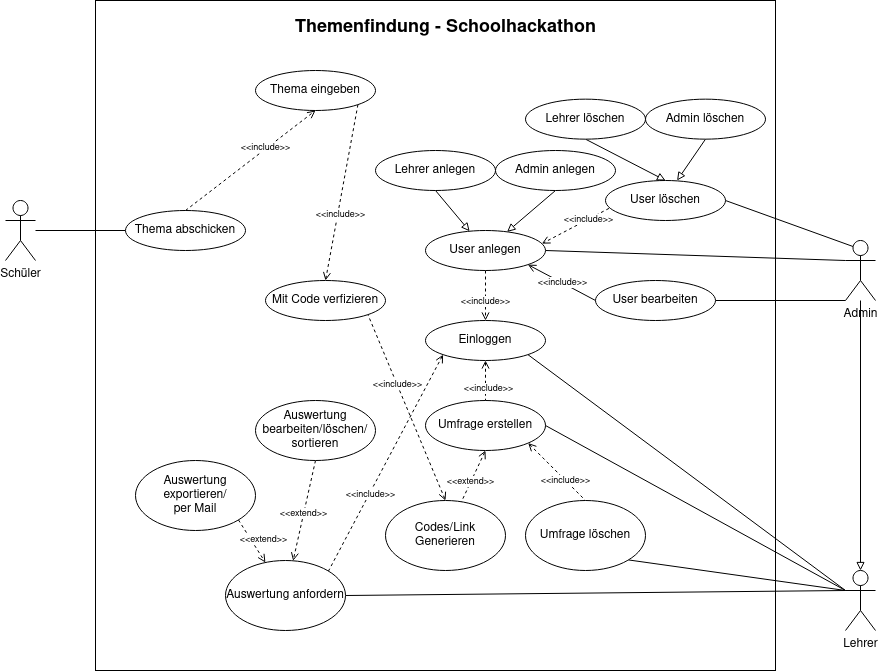
AllCatchingEye/School-Hackathon keeps this draw.io diagram as Sprint-0/Use-Case-Diagram/Use-Case-Diagram.png. Above is the earlier version. Source tidied: cells renumbered, new cells last; positions are measured from the earlier drawing's top-left corner, leaving out a move shared by most shapes.
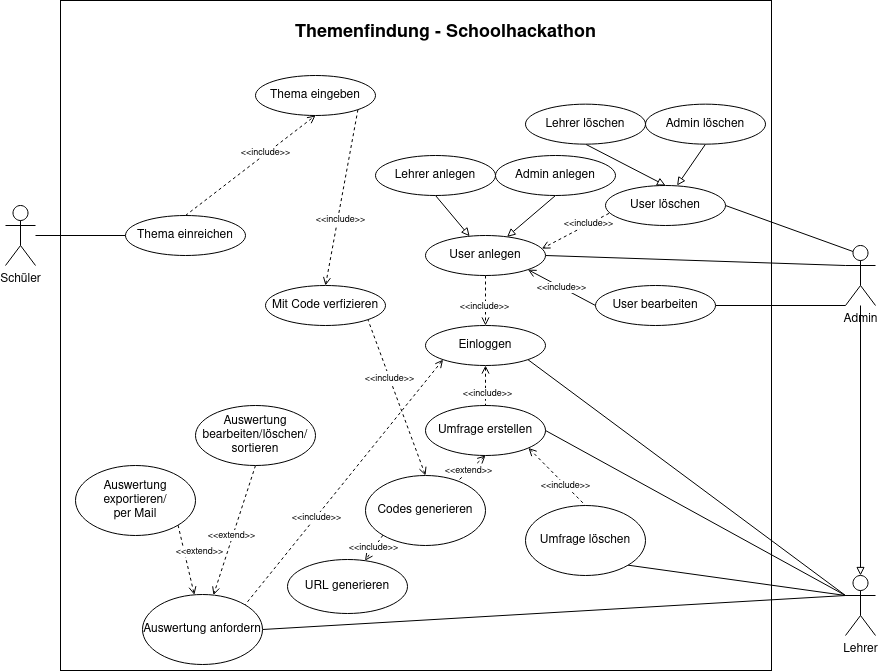
Later version of the same file.

Commit message:
Changed use case diagram

The edit, as a diff of the source:
```diff
@@ -3,7 +3,7 @@
     <mxCell id="0" />
     <mxCell id="1" parent="0" />
     <mxCell id="2" style="rounded=0;whiteSpace=wrap;html=1;" parent="1" vertex="1">
-      <mxGeometry x="90" width="680" height="670" as="geometry" />
+      <mxGeometry x="55" y="-5" width="711" height="670" as="geometry" />
     </mxCell>
     <mxCell id="3" style="edgeStyle=none;rounded=0;jettySize=auto;html=1;exitX=0.5;exitY=1;exitDx=0;exitDy=0;dashed=1;fontSize=9;startArrow=none;startFill=0;endArrow=open;endFill=0;" parent="1" edge="1" source="5" target="30">
       <mxGeometry relative="1" as="geometry" />
@@ -14,7 +14,7 @@
       </mxGeometry>
     </mxCell>
     <mxCell id="5" value="&lt;div&gt;Auswertung bearbeiten/löschen/&lt;/div&gt;&lt;div&gt;sortieren&lt;br&gt;&lt;/div&gt;" style="ellipse;whiteSpace=wrap;html=1;" parent="1" vertex="1">
-      <mxGeometry x="250" y="400" width="120" height="60" as="geometry" />
+      <mxGeometry x="190" y="400" width="120" height="60" as="geometry" />
     </mxCell>
     <mxCell id="6" style="edgeStyle=none;rounded=0;jettySize=auto;html=1;exitX=0.5;exitY=1;exitDx=0;exitDy=0;dashed=1;fontSize=9;startArrow=open;startFill=0;endArrow=none;endFill=0;" parent="1" edge="1" source="10" target="29">
       <mxGeometry relative="1" as="geometry" />
@@ -87,11 +87,14 @@
     <mxCell id="28" value="&lt;font style=&quot;font-size: 9px&quot;&gt;&amp;lt;&amp;lt;include&amp;gt;&amp;gt;&lt;/font&gt;" style="edgeLabel;html=1;align=center;verticalAlign=middle;" parent="27" vertex="1">
       <mxGeometry x="0.26" relative="1" as="geometry" />
     </mxCell>
+    <mxCell id="60" value="&amp;lt;&amp;lt;include&amp;gt;&amp;gt;" style="edgeStyle=none;rounded=0;jettySize=auto;html=1;exitX=0;exitY=1;exitDx=0;exitDy=0;fontSize=9;startArrow=none;startFill=0;endArrow=open;endFill=0;dashed=1;" parent="1" edge="1" source="29" target="61">
+      <mxGeometry relative="1" as="geometry" />
+    </mxCell>
-    <mxCell id="29" value="Codes/Link Generieren" style="ellipse;whiteSpace=wrap;html=1;" parent="1" vertex="1">
-      <mxGeometry x="380" y="500" width="120" height="70" as="geometry" />
+    <mxCell id="29" value="Codes generieren" style="ellipse;whiteSpace=wrap;html=1;" parent="1" vertex="1">
+      <mxGeometry x="360" y="470" width="120" height="70" as="geometry" />
     </mxCell>
     <mxCell id="30" value="Auswertung anfordern" style="ellipse;whiteSpace=wrap;html=1;" parent="1" vertex="1">
-      <mxGeometry x="220" y="560" width="120" height="70" as="geometry" />
+      <mxGeometry x="137" y="589" width="120" height="70" as="geometry" />
     </mxCell>
     <mxCell id="31" style="edgeStyle=none;rounded=0;jettySize=auto;html=1;exitX=1;exitY=1;exitDx=0;exitDy=0;dashed=1;fontSize=9;startArrow=none;startFill=0;endArrow=open;endFill=0;" parent="1" edge="1" source="33" target="30">
       <mxGeometry relative="1" as="geometry" />
@@ -102,7 +105,7 @@
       </mxGeometry>
     </mxCell>
     <mxCell id="33" value="&lt;div&gt;Auswertung exportieren/&lt;/div&gt;&lt;div&gt;per Mail &lt;br&gt;&lt;/div&gt;" style="ellipse;whiteSpace=wrap;html=1;" parent="1" vertex="1">
-      <mxGeometry x="130" y="460" width="120" height="70" as="geometry" />
+      <mxGeometry x="70" y="460" width="120" height="70" as="geometry" />
     </mxCell>
     <mxCell id="34" value="Umfrage löschen" style="ellipse;whiteSpace=wrap;html=1;" parent="1" vertex="1">
       <mxGeometry x="520" y="500" width="120" height="70" as="geometry" />
@@ -150,7 +153,7 @@
     <mxCell id="47" style="edgeStyle=none;rounded=0;jettySize=auto;html=1;exitX=0;exitY=0.5;exitDx=0;exitDy=0;fontSize=9;startArrow=none;startFill=0;endArrow=none;endFill=0;" parent="1" edge="1" source="48" target="11">
       <mxGeometry relative="1" as="geometry" />
     </mxCell>
-    <mxCell id="48" value="Thema abschicken" style="ellipse;whiteSpace=wrap;html=1;" parent="1" vertex="1">
+    <mxCell id="48" value="Thema einreichen" style="ellipse;whiteSpace=wrap;html=1;" parent="1" vertex="1">
       <mxGeometry x="120" y="210" width="120" height="40" as="geometry" />
     </mxCell>
     <mxCell id="49" style="edgeStyle=none;rounded=0;jettySize=auto;html=1;exitX=0.5;exitY=0;exitDx=0;exitDy=0;entryX=0.5;entryY=1;entryDx=0;entryDy=0;fontSize=9;startArrow=none;startFill=0;endArrow=open;endFill=0;dashed=1;" parent="1" edge="1" source="48" target="46">
@@ -190,5 +193,8 @@
     <mxCell id="59" value="User bearbeiten" style="ellipse;whiteSpace=wrap;html=1;" parent="1" vertex="1">
       <mxGeometry x="590" y="280" width="120" height="40" as="geometry" />
     </mxCell>
+    <mxCell id="61" value="URL generieren" style="ellipse;whiteSpace=wrap;html=1;" parent="1" vertex="1">
+      <mxGeometry x="282" y="554" width="120" height="54" as="geometry" />
+    </mxCell>
   </root>
 </mxGraphModel>
```
